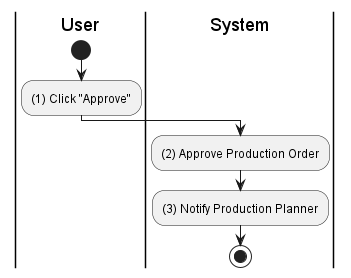
This is activities/production-order-approve.png from phihungha/scmss-reqs, a PlantUML export, as it was before one commit.
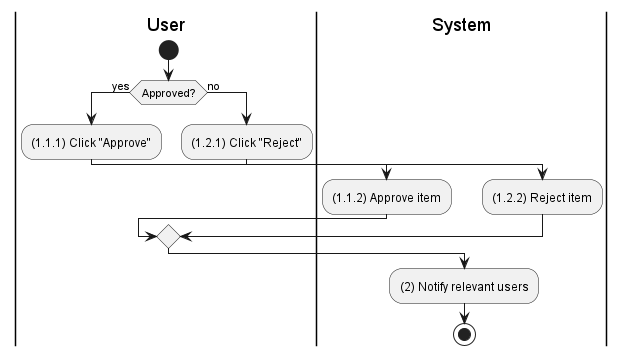
The same diagram one commit later.

Diff of the diagram source:
```diff
@@ -4,10 +4,18 @@
 
 |u|
 start
-:(1) Click "Approve";
 
-|s|
-:(2) Approve Production Order;
-:(3) Notify Production Planner;
+if (Approved?) then (yes)
+    :(1.1.1) Click "Approve";
+    |s|
+    :(1.1.2) Approve item;
+else (no)
+    |u|
+    :(1.2.1) Click "Reject";
+    |s|
+    :(1.2.2) Reject item;
+endif
+
+:(2) Notify relevant users;
 stop
 @enduml
```
